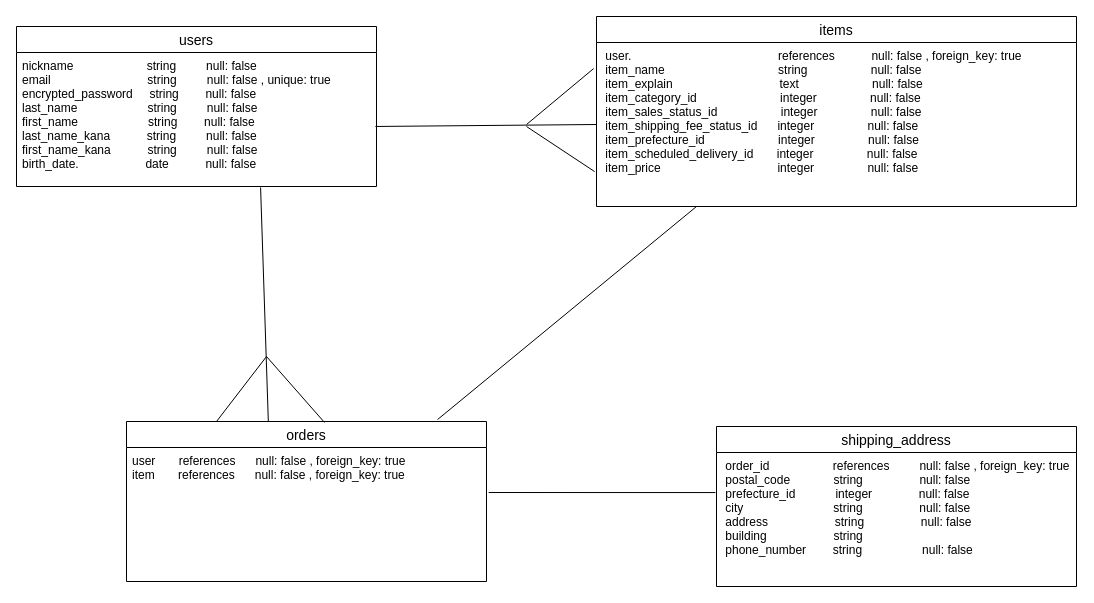
sakitakayanagi/furima-37855 keeps this draw.io diagram as furima.dio. Above is the earlier version. Source tidied: cells renumbered, new cells numbered last; positions are measured from the earlier drawing's top-left corner, leaving out a move shared by most shapes. Both pictures are drawn from the tidied source at 100%, with x=0, y=0 at pixel (16, 16).
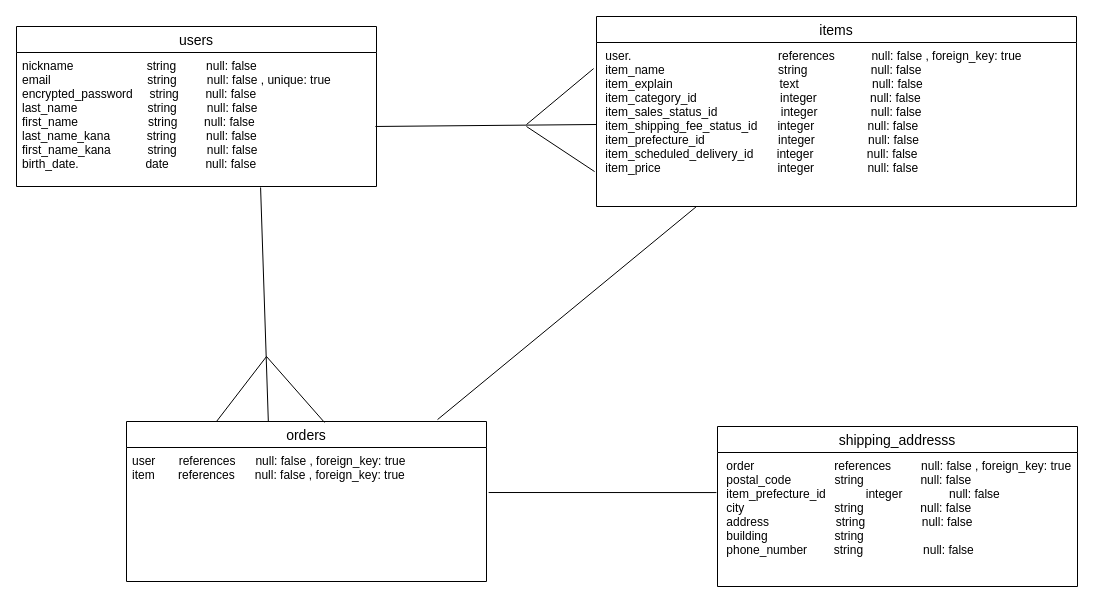
Above is the later version.

Diff of the diagram source:
```diff
@@
-    <mxCell id="8" value="shipping_address" style="swimlane;fontStyle=0;horizontal=1;startSize=26;align=center;fontSize=14;" parent="1" vertex="1">
-      <mxGeometry x="700" y="410" width="360" height="160" as="geometry" />
+    <mxCell id="8" value="shipping_addresss" style="swimlane;fontStyle=0;horizontal=1;startSize=26;align=center;fontSize=14;" parent="1" vertex="1">
+      <mxGeometry x="701" y="410" width="360" height="160" as="geometry" />
     </mxCell>
-    <mxCell id="9" value=" order_id                   references         null: false , foreign_key: true &#10; postal_code             string                 null: false &#10; prefecture_id            integer              null: false &#10; city                           string                 null: false &#10; address                    string                 null: false &#10; building                    string &#10; phone_number        string                  null: false " style="text;strokeColor=none;fillColor=none;spacingLeft=4;spacingRight=4;overflow=hidden;points=[[0,0.5],[1,0.5]];portConstraint=eastwest;fontSize=12;" parent="8" vertex="1">
+    <mxCell id="9" value=" order                        references         null: false , foreign_key: true &#10; postal_code             string                 null: false &#10; item_prefecture_id            integer              null: false &#10; city                           string                 null: false &#10; address                    string                 null: false &#10; building                    string &#10; phone_number        string                  null: false " style="text;strokeColor=none;fillColor=none;spacingLeft=4;spacingRight=4;overflow=hidden;points=[[0,0.5],[1,0.5]];portConstraint=eastwest;fontSize=12;" parent="8" vertex="1">
       <mxGeometry y="26" width="360" height="134" as="geometry" />
     </mxCell>
```
